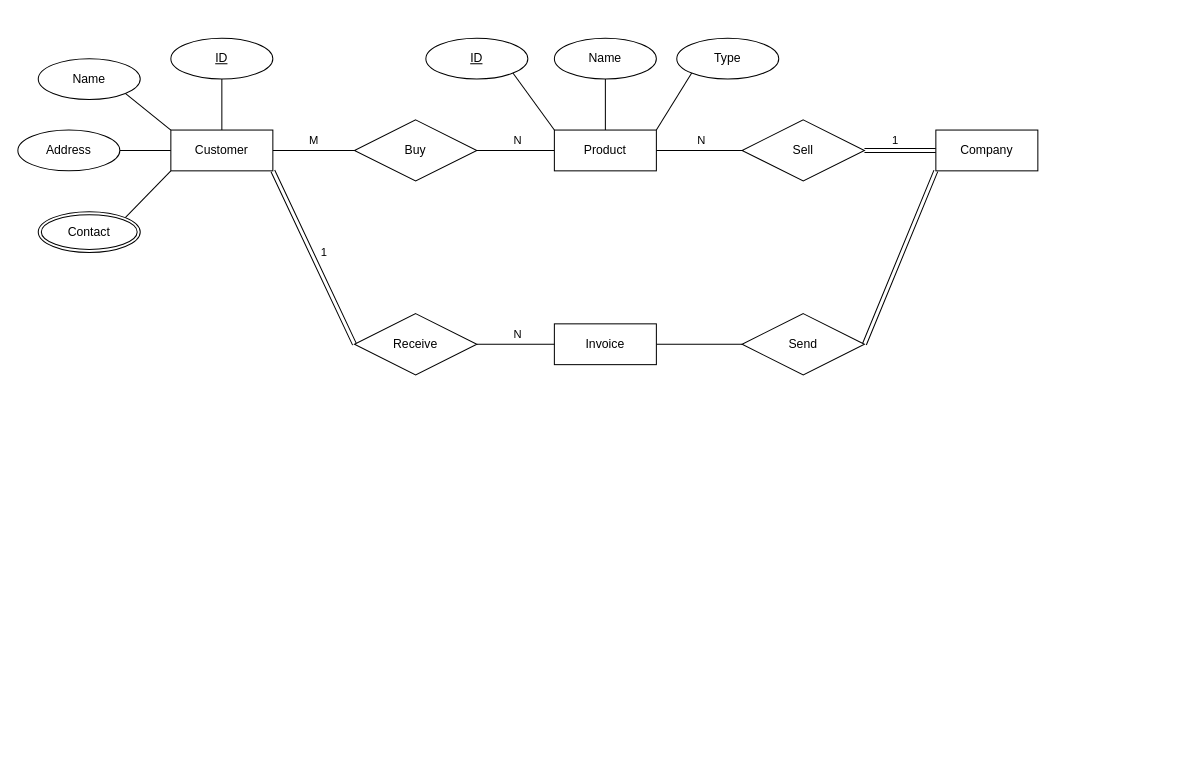
Before: page "ERD" (1 of 2) of ERD_UML.drawio in 6210612864/projectCN230, a draw.io diagram. Source tidied: cells renumbered, new cells numbered last; positions are measured from the earlier drawing's top-left corner, leaving out a move shared by most shapes. Both pictures are drawn from the tidied source at 102%, with x=0, y=0 at pixel (17, 38).
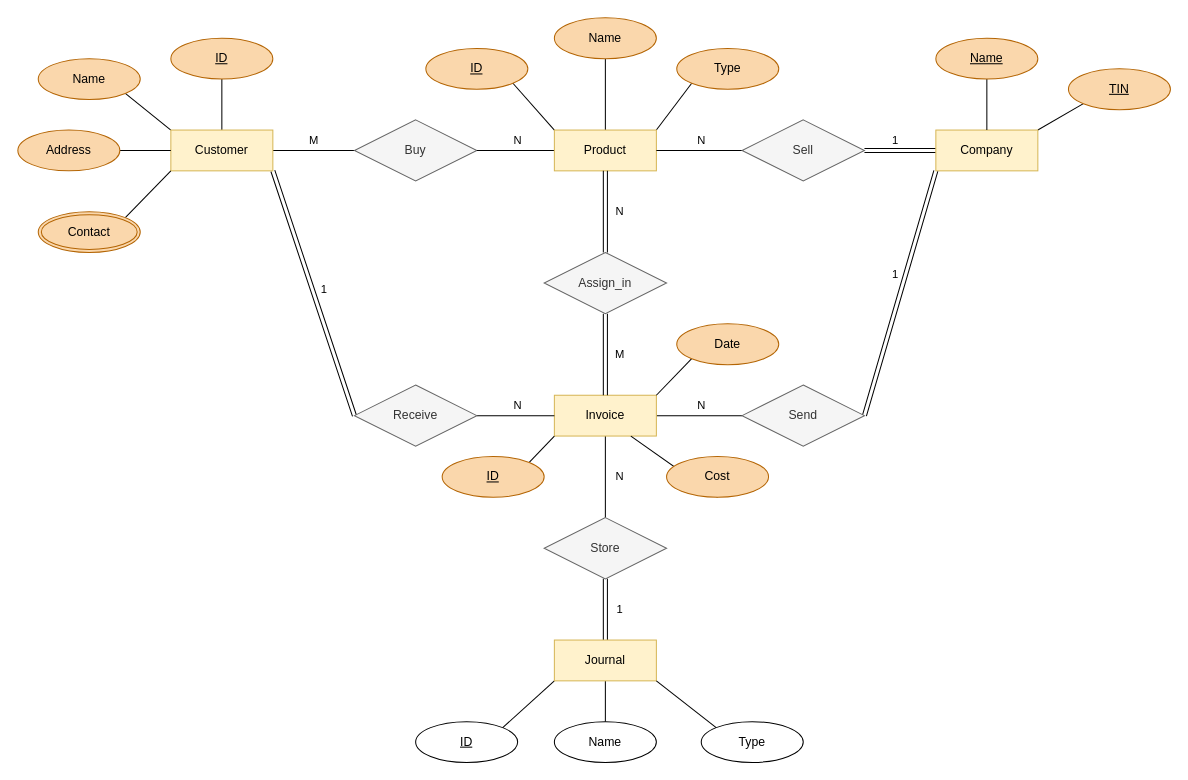
The same diagram, later.

What changed in the source:
```diff
@@
-    <mxCell id="6" value="Customer" style="whiteSpace=wrap;html=1;align=center;" parent="1" vertex="1">
+    <mxCell id="6" value="Customer" style="whiteSpace=wrap;html=1;align=center;fillColor=#fff2cc;strokeColor=#d6b656;" parent="1" vertex="1">
       <mxGeometry x="150" y="90" width="100" height="40" as="geometry" />
     </mxCell>
@@
-    <mxCell id="8" value="Address" style="ellipse;whiteSpace=wrap;html=1;align=center;" parent="1" vertex="1">
+    <mxCell id="8" value="Address" style="ellipse;whiteSpace=wrap;html=1;align=center;fillColor=#fad7ac;strokeColor=#b46504;" parent="1" vertex="1">
       <mxGeometry y="90" width="100" height="40" as="geometry" />
     </mxCell>
-    <mxCell id="9" value="ID" style="ellipse;whiteSpace=wrap;html=1;align=center;fontStyle=4;" parent="1" vertex="1">
+    <mxCell id="9" value="ID" style="ellipse;whiteSpace=wrap;html=1;align=center;fontStyle=4;fillColor=#fad7ac;strokeColor=#b46504;" parent="1" vertex="1">
       <mxGeometry x="150" width="100" height="40" as="geometry" />
     </mxCell>
-    <mxCell id="10" value="Name" style="ellipse;whiteSpace=wrap;html=1;align=center;" parent="1" vertex="1">
+    <mxCell id="10" value="Name" style="ellipse;whiteSpace=wrap;html=1;align=center;fillColor=#fad7ac;strokeColor=#b46504;" parent="1" vertex="1">
       <mxGeometry x="20" y="20" width="100" height="40" as="geometry" />
     </mxCell>
@@
-    <mxCell id="12" value="Contact" style="ellipse;shape=doubleEllipse;margin=3;whiteSpace=wrap;html=1;align=center;" parent="1" vertex="1">
+    <mxCell id="12" value="Contact" style="ellipse;shape=doubleEllipse;margin=3;whiteSpace=wrap;html=1;align=center;fillColor=#fad7ac;strokeColor=#b46504;" parent="1" vertex="1">
       <mxGeometry x="20" y="170" width="100" height="40" as="geometry" />
     </mxCell>
-    <mxCell id="13" value="Buy" style="shape=rhombus;perimeter=rhombusPerimeter;whiteSpace=wrap;html=1;align=center;" parent="1" vertex="1">
+    <mxCell id="13" value="Buy" style="shape=rhombus;perimeter=rhombusPerimeter;whiteSpace=wrap;html=1;align=center;fillColor=#f5f5f5;strokeColor=#666666;fontColor=#333333;" parent="1" vertex="1">
       <mxGeometry x="330" y="80" width="120" height="60" as="geometry" />
     </mxCell>
@@
-    <mxCell id="18" value="Product" style="whiteSpace=wrap;html=1;align=center;" parent="1" vertex="1">
+    <mxCell id="18" value="Product" style="whiteSpace=wrap;html=1;align=center;fillColor=#fff2cc;strokeColor=#d6b656;" parent="1" vertex="1">
       <mxGeometry x="526" y="90" width="100" height="40" as="geometry" />
     </mxCell>
@@
-    <mxCell id="21" value="Sell" style="shape=rhombus;perimeter=rhombusPerimeter;whiteSpace=wrap;html=1;align=center;" parent="1" vertex="1">
+    <mxCell id="21" value="Sell" style="shape=rhombus;perimeter=rhombusPerimeter;whiteSpace=wrap;html=1;align=center;fillColor=#f5f5f5;strokeColor=#666666;fontColor=#333333;" parent="1" vertex="1">
       <mxGeometry x="710" y="80" width="120" height="60" as="geometry" />
     </mxCell>
+    <mxCell id="32" style="rounded=0;jettySize=auto;html=1;exitX=1;exitY=0;exitDx=0;exitDy=0;entryX=0;entryY=1;entryDx=0;entryDy=0;endArrow=none;endFill=0;" parent="1" edge="1" source="22" target="36">
+      <mxGeometry relative="1" as="geometry" />
+    </mxCell>
-    <mxCell id="22" value="Company" style="whiteSpace=wrap;html=1;align=center;" parent="1" vertex="1">
+    <mxCell id="22" value="Company" style="whiteSpace=wrap;html=1;align=center;fillColor=#fff2cc;strokeColor=#d6b656;" parent="1" vertex="1">
       <mxGeometry x="900" y="90" width="100" height="40" as="geometry" />
     </mxCell>
-    <mxCell id="23" value="Name" style="ellipse;whiteSpace=wrap;html=1;align=center;" parent="1" vertex="1">
-      <mxGeometry x="526" width="100" height="40" as="geometry" />
+    <mxCell id="23" value="Name" style="ellipse;whiteSpace=wrap;html=1;align=center;fillColor=#fad7ac;strokeColor=#b46504;" parent="1" vertex="1">
+      <mxGeometry x="526" y="-20" width="100" height="40" as="geometry" />
     </mxCell>
-    <mxCell id="24" value="Type" style="ellipse;whiteSpace=wrap;html=1;align=center;" parent="1" vertex="1">
-      <mxGeometry x="646" width="100" height="40" as="geometry" />
+    <mxCell id="24" value="Type" style="ellipse;whiteSpace=wrap;html=1;align=center;fillColor=#fad7ac;strokeColor=#b46504;" parent="1" vertex="1">
+      <mxGeometry x="646" y="10" width="100" height="40" as="geometry" />
     </mxCell>
-    <mxCell id="25" value="ID" style="ellipse;whiteSpace=wrap;html=1;align=center;fontStyle=4;" parent="1" vertex="1">
-      <mxGeometry x="400" width="100" height="40" as="geometry" />
+    <mxCell id="25" value="ID" style="ellipse;whiteSpace=wrap;html=1;align=center;fontStyle=4;fillColor=#fad7ac;strokeColor=#b46504;" parent="1" vertex="1">
+      <mxGeometry x="400" y="10" width="100" height="40" as="geometry" />
     </mxCell>
-    <mxCell id="26" style="edgeStyle=none;rounded=0;jettySize=auto;html=1;exitX=1;exitY=0.5;exitDx=0;exitDy=0;entryX=0;entryY=0.5;entryDx=0;entryDy=0;endArrow=none;endFill=0;strokeColor=#000000;" parent="1" edge="1" source="27" target="29">
-      <mxGeometry relative="1" as="geometry" />
+    <mxCell id="26" value="N" style="edgeStyle=none;rounded=0;jettySize=auto;html=1;exitX=1;exitY=0.5;exitDx=0;exitDy=0;entryX=0;entryY=0.5;entryDx=0;entryDy=0;endArrow=none;endFill=0;strokeColor=#000000;" parent="1" edge="1" source="27" target="29">
+      <mxGeometry x="0.05" y="10" relative="1" as="geometry" />
     </mxCell>
+    <mxCell id="33" value="N" style="edgeStyle=none;rounded=0;jettySize=auto;html=1;exitX=0.5;exitY=1;exitDx=0;exitDy=0;entryX=0.5;entryY=0;entryDx=0;entryDy=0;endArrow=none;endFill=0;" parent="1" edge="1" source="27" target="37">
+      <mxGeometry y="14" relative="1" as="geometry" />
+    </mxCell>
-    <mxCell id="27" value="Invoice" style="whiteSpace=wrap;html=1;align=center;" parent="1" vertex="1">
-      <mxGeometry x="526" y="280" width="100" height="40" as="geometry" />
+    <mxCell id="27" value="Invoice" style="whiteSpace=wrap;html=1;align=center;fillColor=#fff2cc;strokeColor=#d6b656;" parent="1" vertex="1">
+      <mxGeometry x="526" y="350" width="100" height="40" as="geometry" />
     </mxCell>
-    <mxCell id="28" style="edgeStyle=none;rounded=0;jettySize=auto;html=1;exitX=1;exitY=0.5;exitDx=0;exitDy=0;entryX=0;entryY=1;entryDx=0;entryDy=0;endArrow=none;endFill=0;strokeColor=#000000;shape=link;" parent="1" edge="1" source="29" target="22">
-      <mxGeometry relative="1" as="geometry" />
+    <mxCell id="28" value="1" style="edgeStyle=none;rounded=0;jettySize=auto;html=1;exitX=1;exitY=0.5;exitDx=0;exitDy=0;entryX=0;entryY=1;entryDx=0;entryDy=0;endArrow=none;endFill=0;strokeColor=#000000;shape=link;" parent="1" edge="1" source="29" target="22">
+      <mxGeometry x="0.13" y="10" relative="1" as="geometry" />
     </mxCell>
-    <mxCell id="29" value="Send" style="shape=rhombus;perimeter=rhombusPerimeter;whiteSpace=wrap;html=1;align=center;" parent="1" vertex="1">
-      <mxGeometry x="710" y="270" width="120" height="60" as="geometry" />
+    <mxCell id="29" value="Send" style="shape=rhombus;perimeter=rhombusPerimeter;whiteSpace=wrap;html=1;align=center;fillColor=#f5f5f5;strokeColor=#666666;fontColor=#333333;" parent="1" vertex="1">
+      <mxGeometry x="710" y="340" width="120" height="60" as="geometry" />
     </mxCell>
@@
-    <mxCell id="31" value="Receive" style="shape=rhombus;perimeter=rhombusPerimeter;whiteSpace=wrap;html=1;align=center;" parent="1" vertex="1">
-      <mxGeometry x="330" y="270" width="120" height="60" as="geometry" />
+    <mxCell id="31" value="Receive" style="shape=rhombus;perimeter=rhombusPerimeter;whiteSpace=wrap;html=1;align=center;fillColor=#f5f5f5;strokeColor=#666666;fontColor=#333333;" parent="1" vertex="1">
+      <mxGeometry x="330" y="340" width="120" height="60" as="geometry" />
     </mxCell>
+    <mxCell id="34" style="edgeStyle=orthogonalEdgeStyle;rounded=0;jettySize=auto;html=1;exitX=0.5;exitY=1;exitDx=0;exitDy=0;entryX=0.5;entryY=0;entryDx=0;entryDy=0;endArrow=none;endFill=0;" parent="1" edge="1" source="35" target="22">
+      <mxGeometry relative="1" as="geometry" />
+    </mxCell>
+    <mxCell id="35" value="Name" style="ellipse;whiteSpace=wrap;html=1;align=center;fontStyle=4;fillColor=#fad7ac;strokeColor=#b46504;" parent="1" vertex="1">
+      <mxGeometry x="900" width="100" height="40" as="geometry" />
+    </mxCell>
+    <mxCell id="36" value="TIN" style="ellipse;whiteSpace=wrap;html=1;align=center;fontStyle=4;fillColor=#fad7ac;strokeColor=#b46504;" parent="1" vertex="1">
+      <mxGeometry x="1030" y="30" width="100" height="40" as="geometry" />
+    </mxCell>
+    <mxCell id="37" value="Store" style="shape=rhombus;perimeter=rhombusPerimeter;whiteSpace=wrap;html=1;align=center;fillColor=#f5f5f5;strokeColor=#666666;fontColor=#333333;" parent="1" vertex="1">
+      <mxGeometry x="516" y="470" width="120" height="60" as="geometry" />
+    </mxCell>
+    <mxCell id="38" style="edgeStyle=none;rounded=0;jettySize=auto;html=1;exitX=1;exitY=0;exitDx=0;exitDy=0;entryX=0;entryY=1;entryDx=0;entryDy=0;endArrow=none;endFill=0;" parent="1" edge="1" source="39" target="43">
+      <mxGeometry relative="1" as="geometry" />
+    </mxCell>
+    <mxCell id="39" value="ID" style="ellipse;whiteSpace=wrap;html=1;align=center;fontStyle=4;" parent="1" vertex="1">
+      <mxGeometry x="390" y="670" width="100" height="40" as="geometry" />
+    </mxCell>
+    <mxCell id="40" style="edgeStyle=none;rounded=0;jettySize=auto;html=1;exitX=0.5;exitY=0;exitDx=0;exitDy=0;entryX=0.5;entryY=1;entryDx=0;entryDy=0;endArrow=none;endFill=0;" parent="1" edge="1" source="41" target="43">
+      <mxGeometry relative="1" as="geometry" />
+    </mxCell>
+    <mxCell id="41" value="Name" style="ellipse;whiteSpace=wrap;html=1;align=center;" parent="1" vertex="1">
+      <mxGeometry x="526" y="670" width="100" height="40" as="geometry" />
+    </mxCell>
+    <mxCell id="42" value="1" style="edgeStyle=none;rounded=0;jettySize=auto;html=1;exitX=0.5;exitY=0;exitDx=0;exitDy=0;entryX=0.5;entryY=1;entryDx=0;entryDy=0;endArrow=none;endFill=0;shape=link;" parent="1" edge="1" source="43" target="37">
+      <mxGeometry y="-14" relative="1" as="geometry" />
+    </mxCell>
+    <mxCell id="43" value="Journal" style="whiteSpace=wrap;html=1;align=center;fillColor=#fff2cc;strokeColor=#d6b656;" parent="1" vertex="1">
+      <mxGeometry x="526" y="590" width="100" height="40" as="geometry" />
+    </mxCell>
+    <mxCell id="44" style="edgeStyle=none;rounded=0;jettySize=auto;html=1;exitX=0;exitY=0;exitDx=0;exitDy=0;entryX=1;entryY=1;entryDx=0;entryDy=0;endArrow=none;endFill=0;" parent="1" edge="1" source="45" target="43">
+      <mxGeometry relative="1" as="geometry" />
+    </mxCell>
+    <mxCell id="45" value="Type" style="ellipse;whiteSpace=wrap;html=1;align=center;" parent="1" vertex="1">
+      <mxGeometry x="670" y="670" width="100" height="40" as="geometry" />
+    </mxCell>
+    <mxCell id="46" style="edgeStyle=none;rounded=0;jettySize=auto;html=1;exitX=1;exitY=0;exitDx=0;exitDy=0;entryX=0;entryY=1;entryDx=0;entryDy=0;endArrow=none;endFill=0;" parent="1" edge="1" source="47" target="27">
+      <mxGeometry relative="1" as="geometry" />
+    </mxCell>
+    <mxCell id="47" value="ID" style="ellipse;whiteSpace=wrap;html=1;align=center;fontStyle=4;fillColor=#fad7ac;strokeColor=#b46504;" parent="1" vertex="1">
+      <mxGeometry x="416" y="410" width="100" height="40" as="geometry" />
+    </mxCell>
+    <mxCell id="48" style="edgeStyle=none;rounded=0;jettySize=auto;html=1;exitX=0;exitY=1;exitDx=0;exitDy=0;entryX=1;entryY=0;entryDx=0;entryDy=0;endArrow=none;endFill=0;" parent="1" edge="1" source="49" target="27">
+      <mxGeometry relative="1" as="geometry" />
+    </mxCell>
+    <mxCell id="49" value="Date" style="ellipse;whiteSpace=wrap;html=1;align=center;fillColor=#fad7ac;strokeColor=#b46504;" parent="1" vertex="1">
+      <mxGeometry x="646" y="280" width="100" height="40" as="geometry" />
+    </mxCell>
+    <mxCell id="50" style="edgeStyle=none;rounded=0;jettySize=auto;html=1;exitX=0.5;exitY=1;exitDx=0;exitDy=0;entryX=0.75;entryY=1;entryDx=0;entryDy=0;endArrow=none;endFill=0;" parent="1" edge="1" source="51" target="27">
+      <mxGeometry relative="1" as="geometry" />
+    </mxCell>
+    <mxCell id="51" value="Cost" style="ellipse;whiteSpace=wrap;html=1;align=center;fillColor=#fad7ac;strokeColor=#b46504;" parent="1" vertex="1">
+      <mxGeometry x="636" y="410" width="100" height="40" as="geometry" />
+    </mxCell>
+    <mxCell id="52" value="N" style="edgeStyle=orthogonalEdgeStyle;rounded=0;jettySize=auto;html=1;entryX=0.5;entryY=1;entryDx=0;entryDy=0;endArrow=none;endFill=0;shape=link;" parent="1" edge="1" source="54" target="18">
+      <mxGeometry y="-14" relative="1" as="geometry" />
+    </mxCell>
+    <mxCell id="53" value="M" style="edgeStyle=orthogonalEdgeStyle;rounded=0;jettySize=auto;html=1;entryX=0.5;entryY=0;entryDx=0;entryDy=0;endArrow=none;endFill=0;shape=link;" parent="1" edge="1" source="54" target="27">
+      <mxGeometry y="14" relative="1" as="geometry" />
+    </mxCell>
+    <mxCell id="54" value="Assign_in" style="shape=rhombus;perimeter=rhombusPerimeter;whiteSpace=wrap;html=1;align=center;fillColor=#f5f5f5;strokeColor=#666666;fontColor=#333333;" parent="1" vertex="1">
+      <mxGeometry x="516" y="210" width="120" height="60" as="geometry" />
+    </mxCell>
```
